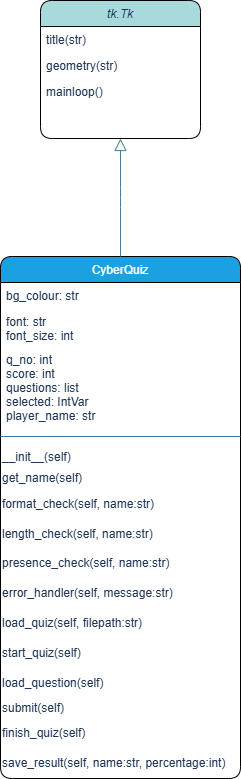
Above: images/CyberQuiz.drawio.png in abi-alice/ifcsp-cyber-quiz (draw.io), before the change. Source tidied: cells renumbered, new cells last; positions are measured from the earlier drawing's top-left corner, leaving out a move shared by most shapes.
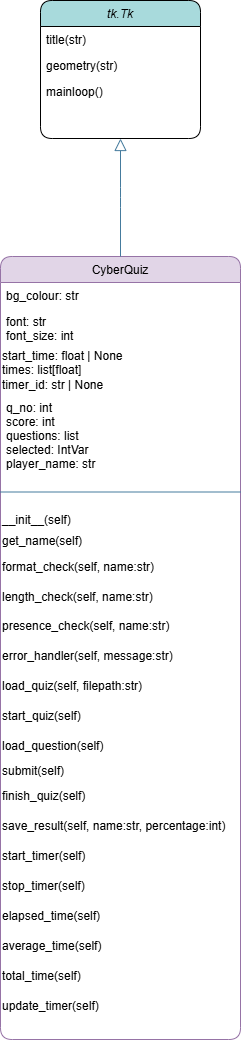
Above is the later version.

Commit message:
replaces class diagram

Diff of the diagram source:
```diff
@@ -2,69 +2,90 @@
   <root>
     <mxCell id="0" />
     <mxCell id="1" parent="0" />
-    <mxCell id="2" value="tk.Tk" style="swimlane;fontStyle=2;align=center;verticalAlign=top;horizontal=1;startSize=26;rounded=1;shadow=0;strokeWidth=1;swimlaneLine=1;fillColor=#A8DADC;strokeColor=default;labelBackgroundColor=none;fontColor=#1D3557;swimlaneFillColor=none;" parent="1" vertex="1">
+    <mxCell id="2" value="tk.Tk" style="swimlane;fontStyle=2;align=center;verticalAlign=top;horizontal=1;startSize=26;rounded=1;shadow=0;strokeWidth=1;swimlaneLine=1;fillColor=#A8DADC;strokeColor=default;labelBackgroundColor=none;fontColor=default;swimlaneFillColor=none;" parent="1" vertex="1">
       <mxGeometry x="40" width="160" height="138" as="geometry" />
     </mxCell>
-    <mxCell id="3" value="title(str)" style="text;align=left;verticalAlign=top;spacingLeft=4;spacingRight=4;overflow=hidden;rounded=1;labelBackgroundColor=none;fontColor=#1D3557;" parent="2" vertex="1">
+    <mxCell id="3" value="title(str)" style="text;align=left;verticalAlign=top;spacingLeft=4;spacingRight=4;overflow=hidden;rounded=1;labelBackgroundColor=none;fontColor=default;" parent="2" vertex="1">
       <mxGeometry y="26" width="160" height="26" as="geometry" />
     </mxCell>
-    <mxCell id="4" value="geometry(str)" style="text;align=left;verticalAlign=top;spacingLeft=4;spacingRight=4;overflow=hidden;rounded=1;shadow=0;html=0;labelBackgroundColor=none;fontColor=#1D3557;" parent="2" vertex="1">
+    <mxCell id="4" value="geometry(str)" style="text;align=left;verticalAlign=top;spacingLeft=4;spacingRight=4;overflow=hidden;rounded=1;shadow=0;html=0;labelBackgroundColor=none;fontColor=default;" parent="2" vertex="1">
       <mxGeometry y="52" width="160" height="26" as="geometry" />
     </mxCell>
-    <mxCell id="5" value="mainloop()" style="text;align=left;verticalAlign=top;spacingLeft=4;spacingRight=4;overflow=hidden;rounded=1;shadow=0;html=0;labelBackgroundColor=none;fontColor=#1D3557;" parent="2" vertex="1">
+    <mxCell id="5" value="mainloop()" style="text;align=left;verticalAlign=top;spacingLeft=4;spacingRight=4;overflow=hidden;rounded=1;shadow=0;html=0;labelBackgroundColor=none;fontColor=default;" parent="2" vertex="1">
       <mxGeometry y="78" width="160" height="26" as="geometry" />
     </mxCell>
-    <mxCell id="6" value="CyberQuiz" style="swimlane;fontStyle=0;align=center;verticalAlign=top;horizontal=1;startSize=26;rounded=1;shadow=0;strokeWidth=1;fillColor=#1ba1e2;strokeColor=default;labelBackgroundColor=none;fontColor=#ffffff;" parent="1" vertex="1">
-      <mxGeometry y="256" width="240" height="522" as="geometry" />
+    <mxCell id="6" value="CyberQuiz" style="swimlane;fontStyle=0;align=center;verticalAlign=top;horizontal=1;startSize=26;rounded=1;shadow=0;strokeWidth=1;fillColor=#e1d5e7;strokeColor=#9673a6;labelBackgroundColor=none;fontColor=default;" parent="1" vertex="1">
+      <mxGeometry y="256" width="240" height="783" as="geometry" />
     </mxCell>
-    <mxCell id="7" value="bg_colour: str" style="text;align=left;verticalAlign=top;spacingLeft=4;spacingRight=4;overflow=hidden;rounded=1;labelBackgroundColor=none;fontColor=#1D3557;" parent="6" vertex="1">
+    <mxCell id="7" value="bg_colour: str" style="text;align=left;verticalAlign=top;spacingLeft=4;spacingRight=4;overflow=hidden;rounded=1;labelBackgroundColor=none;fontColor=default;" parent="6" vertex="1">
       <mxGeometry y="26" width="240" height="26" as="geometry" />
     </mxCell>
-    <mxCell id="8" value="font: str&#10;font_size: int" style="text;align=left;verticalAlign=top;spacingLeft=4;spacingRight=4;overflow=hidden;rounded=1;shadow=0;html=0;labelBackgroundColor=none;fontColor=#1D3557;" parent="6" vertex="1">
+    <mxCell id="8" value="font: str&#10;font_size: int" style="text;align=left;verticalAlign=top;spacingLeft=4;spacingRight=4;overflow=hidden;rounded=1;shadow=0;html=0;labelBackgroundColor=none;fontColor=default;" parent="6" vertex="1">
       <mxGeometry y="52" width="240" height="38" as="geometry" />
     </mxCell>
+    <mxCell id="24" value="start_time: float | None&lt;div&gt;times: list[float]&lt;/div&gt;&lt;div&gt;timer_id: str | None&lt;/div&gt;" style="text;html=1;whiteSpace=wrap;strokeColor=none;fillColor=none;align=left;verticalAlign=middle;rounded=0;fontColor=default;" parent="6" vertex="1">
+      <mxGeometry y="90" width="240" height="48" as="geometry" />
+    </mxCell>
-    <mxCell id="9" value="q_no: int&#10;score: int&#10;questions: list&#10;selected: IntVar&#10;player_name: str&#10;" style="text;align=left;verticalAlign=top;spacingLeft=4;spacingRight=4;overflow=hidden;rounded=1;shadow=0;html=0;labelBackgroundColor=none;fontColor=#1D3557;" parent="6" vertex="1">
-      <mxGeometry y="90" width="240" height="80" as="geometry" />
+    <mxCell id="9" value="q_no: int&#10;score: int&#10;questions: list&#10;selected: IntVar&#10;player_name: str&#10;" style="text;align=left;verticalAlign=top;spacingLeft=4;spacingRight=4;overflow=hidden;rounded=1;shadow=0;html=0;labelBackgroundColor=none;fontColor=default;" parent="6" vertex="1">
+      <mxGeometry y="138" width="240" height="80" as="geometry" />
     </mxCell>
-    <mxCell id="10" style="line;html=1;strokeWidth=1;align=left;verticalAlign=middle;spacingTop=-1;spacingLeft=3;spacingRight=3;labelPosition=right;rounded=1;labelBackgroundColor=none;fillColor=#A8DADC;strokeColor=#457B9D;fontColor=#1D3557;" parent="6" vertex="1">
-      <mxGeometry y="170" width="240" height="20" as="geometry" />
+    <mxCell id="10" style="line;html=1;strokeWidth=1;align=left;verticalAlign=middle;spacingTop=-1;spacingLeft=3;spacingRight=3;labelPosition=right;rounded=1;labelBackgroundColor=none;fillColor=#A8DADC;strokeColor=#457B9D;fontColor=default;" parent="6" vertex="1">
+      <mxGeometry y="218" width="240" height="35" as="geometry" />
     </mxCell>
-    <mxCell id="11" value="&lt;div&gt;__init__(self)&lt;/div&gt;" style="text;html=1;whiteSpace=wrap;strokeColor=none;fillColor=none;align=left;verticalAlign=middle;rounded=1;labelBackgroundColor=none;fontColor=#1D3557;" parent="6" vertex="1">
-      <mxGeometry y="190" width="240" height="22" as="geometry" />
+    <mxCell id="11" value="&lt;div&gt;__init__(self)&lt;/div&gt;" style="text;html=1;whiteSpace=wrap;strokeColor=none;fillColor=none;align=left;verticalAlign=middle;rounded=1;labelBackgroundColor=none;fontColor=default;" parent="6" vertex="1">
+      <mxGeometry y="253" width="240" height="22" as="geometry" />
     </mxCell>
-    <mxCell id="12" value="get_name(self)" style="text;html=1;whiteSpace=wrap;strokeColor=none;fillColor=none;align=left;verticalAlign=middle;rounded=1;labelBackgroundColor=none;fontColor=#1D3557;" parent="6" vertex="1">
-      <mxGeometry y="212" width="240" height="20" as="geometry" />
+    <mxCell id="12" value="get_name(self)" style="text;html=1;whiteSpace=wrap;strokeColor=none;fillColor=none;align=left;verticalAlign=middle;rounded=1;labelBackgroundColor=none;fontColor=default;" parent="6" vertex="1">
+      <mxGeometry y="275" width="240" height="20" as="geometry" />
     </mxCell>
-    <mxCell id="13" value="format_check(self, name:str)" style="text;html=1;whiteSpace=wrap;strokeColor=none;fillColor=none;align=left;verticalAlign=middle;rounded=1;labelBackgroundColor=none;fontColor=#1D3557;" parent="6" vertex="1">
-      <mxGeometry y="232" width="240" height="32" as="geometry" />
+    <mxCell id="13" value="format_check(self, name:str)" style="text;html=1;whiteSpace=wrap;strokeColor=none;fillColor=none;align=left;verticalAlign=middle;rounded=1;labelBackgroundColor=none;fontColor=default;" parent="6" vertex="1">
+      <mxGeometry y="295" width="240" height="32" as="geometry" />
     </mxCell>
-    <mxCell id="14" value="&lt;div&gt;length_check(self, name:str)&lt;/div&gt;" style="text;html=1;whiteSpace=wrap;strokeColor=none;fillColor=none;align=left;verticalAlign=middle;rounded=1;labelBackgroundColor=none;fontColor=#1D3557;" parent="6" vertex="1">
-      <mxGeometry y="264" width="240" height="28" as="geometry" />
+    <mxCell id="14" value="&lt;div&gt;length_check(self, name:str)&lt;/div&gt;" style="text;html=1;whiteSpace=wrap;strokeColor=none;fillColor=none;align=left;verticalAlign=middle;rounded=1;labelBackgroundColor=none;fontColor=default;" parent="6" vertex="1">
+      <mxGeometry y="327" width="240" height="28" as="geometry" />
     </mxCell>
-    <mxCell id="15" value="presence_check(self, name:str)" style="text;html=1;whiteSpace=wrap;strokeColor=none;fillColor=none;align=left;verticalAlign=middle;rounded=1;labelBackgroundColor=none;fontColor=#1D3557;" parent="6" vertex="1">
-      <mxGeometry y="292" width="240" height="30" as="geometry" />
+    <mxCell id="15" value="presence_check(self, name:str)" style="text;html=1;whiteSpace=wrap;strokeColor=none;fillColor=none;align=left;verticalAlign=middle;rounded=1;labelBackgroundColor=none;fontColor=default;" parent="6" vertex="1">
+      <mxGeometry y="355" width="240" height="30" as="geometry" />
     </mxCell>
-    <mxCell id="16" value="error_handler(self, message:str)" style="text;html=1;whiteSpace=wrap;strokeColor=none;fillColor=none;align=left;verticalAlign=middle;rounded=1;labelBackgroundColor=none;fontColor=#1D3557;" parent="6" vertex="1">
-      <mxGeometry y="322" width="240" height="30" as="geometry" />
+    <mxCell id="16" value="error_handler(self, message:str)" style="text;html=1;whiteSpace=wrap;strokeColor=none;fillColor=none;align=left;verticalAlign=middle;rounded=1;labelBackgroundColor=none;fontColor=default;" parent="6" vertex="1">
+      <mxGeometry y="385" width="240" height="30" as="geometry" />
     </mxCell>
-    <mxCell id="17" value="load_quiz(self, filepath:str)" style="text;html=1;whiteSpace=wrap;strokeColor=none;fillColor=none;align=left;verticalAlign=middle;rounded=1;labelBackgroundColor=none;fontColor=#1D3557;" parent="6" vertex="1">
-      <mxGeometry y="352" width="240" height="30" as="geometry" />
+    <mxCell id="17" value="load_quiz(self, filepath:str)" style="text;html=1;whiteSpace=wrap;strokeColor=none;fillColor=none;align=left;verticalAlign=middle;rounded=1;labelBackgroundColor=none;fontColor=default;" parent="6" vertex="1">
+      <mxGeometry y="415" width="240" height="30" as="geometry" />
     </mxCell>
-    <mxCell id="18" value="start_quiz(self)" style="text;html=1;whiteSpace=wrap;strokeColor=none;fillColor=none;align=left;verticalAlign=middle;rounded=1;labelBackgroundColor=none;fontColor=#1D3557;" parent="6" vertex="1">
-      <mxGeometry y="382" width="240" height="30" as="geometry" />
+    <mxCell id="18" value="start_quiz(self)" style="text;html=1;whiteSpace=wrap;strokeColor=none;fillColor=none;align=left;verticalAlign=middle;rounded=1;labelBackgroundColor=none;fontColor=default;" parent="6" vertex="1">
+      <mxGeometry y="445" width="240" height="30" as="geometry" />
     </mxCell>
-    <mxCell id="19" value="load_question(self)" style="text;html=1;whiteSpace=wrap;strokeColor=none;fillColor=none;align=left;verticalAlign=middle;rounded=1;labelBackgroundColor=none;fontColor=#1D3557;" parent="6" vertex="1">
-      <mxGeometry y="412" width="240" height="30" as="geometry" />
+    <mxCell id="19" value="load_question(self)" style="text;html=1;whiteSpace=wrap;strokeColor=none;fillColor=none;align=left;verticalAlign=middle;rounded=1;labelBackgroundColor=none;fontColor=default;" parent="6" vertex="1">
+      <mxGeometry y="475" width="240" height="30" as="geometry" />
     </mxCell>
-    <mxCell id="20" value="submit(self)" style="text;html=1;whiteSpace=wrap;strokeColor=none;fillColor=none;align=left;verticalAlign=middle;rounded=1;labelBackgroundColor=none;fontColor=#1D3557;" parent="6" vertex="1">
-      <mxGeometry y="442" width="240" height="20" as="geometry" />
+    <mxCell id="20" value="submit(self)" style="text;html=1;whiteSpace=wrap;strokeColor=none;fillColor=none;align=left;verticalAlign=middle;rounded=1;labelBackgroundColor=none;fontColor=default;" parent="6" vertex="1">
+      <mxGeometry y="505" width="240" height="20" as="geometry" />
     </mxCell>
-    <mxCell id="21" value="finish_quiz(self)" style="text;html=1;whiteSpace=wrap;strokeColor=none;fillColor=none;align=left;verticalAlign=middle;rounded=1;labelBackgroundColor=none;fontColor=#1D3557;" parent="6" vertex="1">
-      <mxGeometry y="462" width="240" height="30" as="geometry" />
+    <mxCell id="21" value="finish_quiz(self)" style="text;html=1;whiteSpace=wrap;strokeColor=none;fillColor=none;align=left;verticalAlign=middle;rounded=1;labelBackgroundColor=none;fontColor=default;" parent="6" vertex="1">
+      <mxGeometry y="525" width="240" height="30" as="geometry" />
     </mxCell>
-    <mxCell id="22" value="save_result(self, name:str, percentage:int)" style="text;html=1;whiteSpace=wrap;strokeColor=none;fillColor=none;align=left;verticalAlign=middle;rounded=1;labelBackgroundColor=none;fontColor=#1D3557;" parent="6" vertex="1">
-      <mxGeometry y="492" width="240" height="30" as="geometry" />
+    <mxCell id="22" value="save_result(self, name:str, percentage:int)" style="text;html=1;whiteSpace=wrap;strokeColor=none;fillColor=none;align=left;verticalAlign=middle;rounded=1;labelBackgroundColor=none;fontColor=default;" parent="6" vertex="1">
+      <mxGeometry y="555" width="240" height="30" as="geometry" />
     </mxCell>
+    <mxCell id="25" value="start_timer(self)" style="text;html=1;whiteSpace=wrap;strokeColor=none;fillColor=none;align=left;verticalAlign=middle;rounded=1;labelBackgroundColor=none;fontColor=default;" parent="6" vertex="1">
+      <mxGeometry y="585" width="240" height="30" as="geometry" />
+    </mxCell>
+    <mxCell id="26" value="stop_timer(self)" style="text;html=1;whiteSpace=wrap;strokeColor=none;fillColor=none;align=left;verticalAlign=middle;rounded=1;labelBackgroundColor=none;fontColor=default;" parent="6" vertex="1">
+      <mxGeometry y="615" width="240" height="30" as="geometry" />
+    </mxCell>
+    <mxCell id="27" value="elapsed_time(self)" style="text;html=1;whiteSpace=wrap;strokeColor=none;fillColor=none;align=left;verticalAlign=middle;rounded=1;labelBackgroundColor=none;fontColor=default;" parent="6" vertex="1">
+      <mxGeometry y="645" width="240" height="30" as="geometry" />
+    </mxCell>
+    <mxCell id="28" value="average_time(self)" style="text;html=1;whiteSpace=wrap;strokeColor=none;fillColor=none;align=left;verticalAlign=middle;rounded=1;labelBackgroundColor=none;fontColor=default;" parent="6" vertex="1">
+      <mxGeometry y="675" width="240" height="30" as="geometry" />
+    </mxCell>
+    <mxCell id="29" value="total_time(self)" style="text;html=1;whiteSpace=wrap;strokeColor=none;fillColor=none;align=left;verticalAlign=middle;rounded=1;labelBackgroundColor=none;fontColor=default;" parent="6" vertex="1">
+      <mxGeometry y="705" width="240" height="30" as="geometry" />
+    </mxCell>
+    <mxCell id="30" value="update_timer(self)" style="text;html=1;whiteSpace=wrap;strokeColor=none;fillColor=none;align=left;verticalAlign=middle;rounded=1;labelBackgroundColor=none;fontColor=default;" parent="6" vertex="1">
+      <mxGeometry y="735" width="240" height="30" as="geometry" />
+    </mxCell>
     <mxCell id="23" style="endArrow=block;endSize=10;endFill=0;shadow=0;strokeWidth=1;rounded=1;curved=0;edgeStyle=elbowEdgeStyle;elbow=vertical;swimlaneLine=1;labelBackgroundColor=none;strokeColor=#457B9D;fontColor=default;" parent="1" edge="1" source="6" target="2">
       <mxGeometry relative="1" as="geometry" />
     </mxCell>
```
